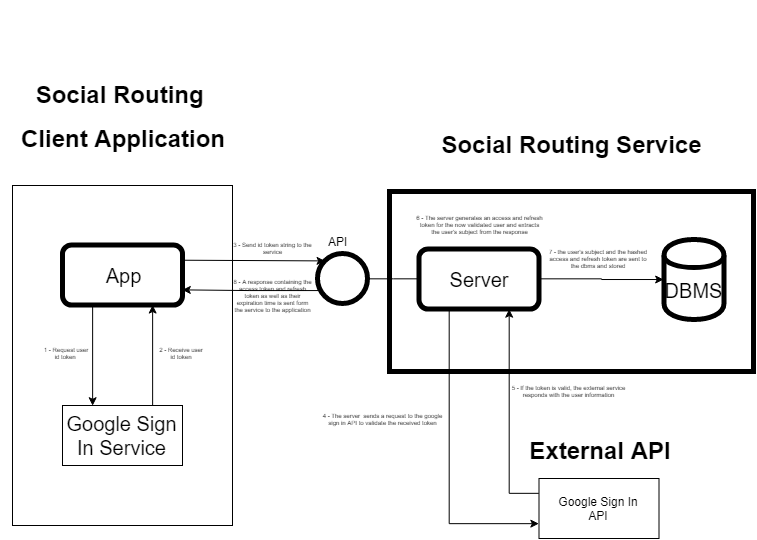
Above: final-report/images/project-structure/authentication-diagram.png in baltasarb/social-routing (draw.io), before the change. Source tidied: cells renumbered, new cells last; positions are measured from the earlier drawing's top-left corner, leaving out a move shared by most shapes.
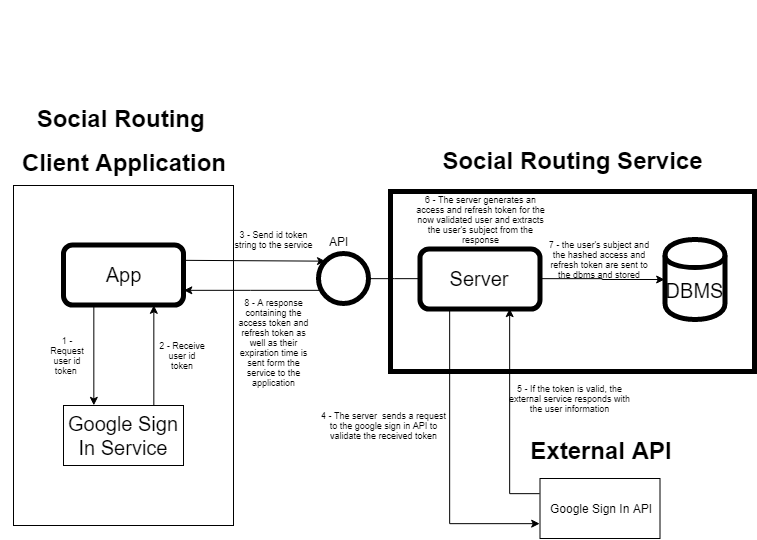
After the commit.

Diff of the diagram source:
```diff
@@ -20,11 +20,11 @@
     <mxCell id="7" style="edgeStyle=orthogonalEdgeStyle;rounded=0;jettySize=auto;html=1;endArrow=none;endFill=0;entryX=0;entryY=0.5;entryDx=0;entryDy=0;" parent="2" edge="1" source="30" target="4">
       <mxGeometry relative="1" as="geometry" />
     </mxCell>
-    <mxCell id="8" value="7 - the user's subject and the hashed access and refresh token are sent to the dbms and stored" style="text;html=1;strokeColor=none;fillColor=none;align=center;verticalAlign=middle;whiteSpace=wrap;rounded=0;fontSize=4;" parent="2" vertex="1">
-      <mxGeometry x="155" y="65" width="108" height="19" as="geometry" />
+    <mxCell id="8" value="7 - the user's subject and the hashed access and refresh token are sent to the dbms and stored" style="text;html=1;strokeColor=none;fillColor=none;align=center;verticalAlign=middle;whiteSpace=wrap;rounded=0;fontSize=9;" parent="2" vertex="1">
+      <mxGeometry x="155" y="58.5" width="108" height="19" as="geometry" />
     </mxCell>
-    <mxCell id="9" value="6 - The server generates an access and refresh token for the now validated user and extracts the user's subject from the response" style="text;html=1;strokeColor=none;fillColor=none;align=center;verticalAlign=middle;whiteSpace=wrap;rounded=0;fontSize=4;" parent="2" vertex="1">
-      <mxGeometry x="25" y="28" width="130" height="25" as="geometry" />
+    <mxCell id="9" value="6 - The server generates an access and refresh token for the now validated user and extracts the user's subject from the response" style="text;html=1;strokeColor=none;fillColor=none;align=center;verticalAlign=middle;whiteSpace=wrap;rounded=0;fontSize=9;" parent="2" vertex="1">
+      <mxGeometry x="25" y="15.5" width="130" height="25" as="geometry" />
     </mxCell>
     <mxCell id="10" style="group;" parent="1" vertex="1">
       <mxGeometry x="-0.5" width="245" height="430.5" as="geometry" />
@@ -36,12 +36,12 @@
       <mxGeometry x="62.5" y="244.5" width="120" height="60" as="geometry" />
     </mxCell>
     <mxCell id="13" value="&lt;h1&gt;&lt;font style=&quot;font-size: 24px&quot;&gt;Social Routing&amp;nbsp;&lt;/font&gt;&lt;/h1&gt;&lt;h1&gt;&lt;font style=&quot;font-size: 24px&quot;&gt;Client Application&lt;/font&gt;&lt;/h1&gt;" style="text;html=1;strokeColor=none;fillColor=none;spacing=5;spacingTop=-20;whiteSpace=wrap;overflow=hidden;rounded=0;align=center;" parent="10" vertex="1">
-      <mxGeometry y="74.5" width="245" height="120" as="geometry" />
+      <mxGeometry y="99" width="245" height="120" as="geometry" />
     </mxCell>
-    <mxCell id="14" value="1 - Request user id token&amp;nbsp;" style="text;html=1;strokeColor=none;fillColor=none;align=center;verticalAlign=middle;whiteSpace=wrap;rounded=0;fontSize=4;" parent="10" vertex="1">
+    <mxCell id="14" value="1 - Request user id token&amp;nbsp;" style="text;html=1;strokeColor=none;fillColor=none;align=center;verticalAlign=middle;whiteSpace=wrap;rounded=0;fontSize=9;" parent="10" vertex="1">
       <mxGeometry x="42.5" y="347.5" width="48" height="15" as="geometry" />
     </mxCell>
-    <mxCell id="15" value="2 - Receive user id token" style="text;html=1;strokeColor=none;fillColor=none;align=center;verticalAlign=middle;whiteSpace=wrap;rounded=0;fontSize=4;" parent="10" vertex="1">
+    <mxCell id="15" value="2 - Receive user id token" style="text;html=1;strokeColor=none;fillColor=none;align=center;verticalAlign=middle;whiteSpace=wrap;rounded=0;fontSize=9;" parent="10" vertex="1">
       <mxGeometry x="157" y="347.5" width="48" height="15" as="geometry" />
     </mxCell>
     <mxCell id="16" style="group;" parent="1" vertex="1">
@@ -60,7 +60,7 @@
       <mxGeometry relative="1" as="geometry" />
     </mxCell>
     <mxCell id="21" value="&lt;h1&gt;Social Routing Service&lt;/h1&gt;" style="text;html=1;strokeColor=none;fillColor=none;spacing=5;spacingTop=-20;whiteSpace=wrap;overflow=hidden;rounded=0;align=center;" parent="1" vertex="1">
-      <mxGeometry x="425" y="125" width="292" height="50" as="geometry" />
+      <mxGeometry x="425" y="141" width="292" height="50" as="geometry" />
     </mxCell>
     <mxCell id="22" value="&lt;font style=&quot;font-size: 20px&quot;&gt;Google Sign In Service&lt;/font&gt;" style="rounded=0;whiteSpace=wrap;html=1;" parent="1" vertex="1">
       <mxGeometry x="62" y="405" width="120" height="60" as="geometry" />
@@ -74,13 +74,13 @@
     <mxCell id="25" style="endArrow=classic;html=1;fontSize=4;exitX=1;exitY=0.25;exitDx=0;exitDy=0;entryX=0;entryY=0;entryDx=0;entryDy=0;" parent="1" edge="1" source="12" target="30">
       <mxGeometry relative="1" as="geometry" />
     </mxCell>
-    <mxCell id="26" value="3 - Send id token string to the service" style="text;html=1;strokeColor=none;fillColor=none;align=center;verticalAlign=middle;whiteSpace=wrap;rounded=0;fontSize=4;" parent="1" vertex="1">
-      <mxGeometry x="232" y="242" width="80" height="15" as="geometry" />
+    <mxCell id="26" value="3 - Send id token string to the service" style="text;html=1;strokeColor=none;fillColor=none;align=center;verticalAlign=middle;whiteSpace=wrap;rounded=0;fontSize=9;" parent="1" vertex="1">
+      <mxGeometry x="232" y="231.5" width="80" height="15" as="geometry" />
     </mxCell>
-    <mxCell id="27" value="4 - The server&amp;nbsp; sends a request to the google sign in API to validate the received token" style="text;html=1;strokeColor=none;fillColor=none;align=center;verticalAlign=middle;whiteSpace=wrap;rounded=0;fontSize=4;" parent="1" vertex="1">
+    <mxCell id="27" value="4 - The server&amp;nbsp; sends a request to the google sign in API to validate the received token" style="text;html=1;strokeColor=none;fillColor=none;align=center;verticalAlign=middle;whiteSpace=wrap;rounded=0;fontSize=9;" parent="1" vertex="1">
       <mxGeometry x="317.5" y="405" width="130" height="40" as="geometry" />
     </mxCell>
-    <mxCell id="28" value="5 - If the token is valid, the external service responds with the user information" style="text;html=1;strokeColor=none;fillColor=none;align=center;verticalAlign=middle;whiteSpace=wrap;rounded=0;fontSize=4;" parent="1" vertex="1">
+    <mxCell id="28" value="5 - If the token is valid, the external service responds with the user information" style="text;html=1;strokeColor=none;fillColor=none;align=center;verticalAlign=middle;whiteSpace=wrap;rounded=0;fontSize=9;" parent="1" vertex="1">
       <mxGeometry x="503.5" y="377.5" width="130" height="40" as="geometry" />
     </mxCell>
     <mxCell id="29" style="edgeStyle=orthogonalEdgeStyle;rounded=0;jettySize=auto;html=1;endArrow=classic;endFill=1;fontSize=4;exitX=0;exitY=1;exitDx=0;exitDy=0;entryX=1;entryY=0.75;entryDx=0;entryDy=0;" parent="1" edge="1" source="30" target="12">
@@ -97,8 +97,8 @@
     <mxCell id="31" value="API" style="text;html=1;align=left;verticalAlign=top;spacingTop=-4;" parent="1" vertex="1">
       <mxGeometry x="325.8" y="231.5" width="30" height="10" as="geometry" />
     </mxCell>
-    <mxCell id="32" value="8 - A response containing the access token and refresh token as well as their expiration time is sent form the service to the application" style="text;html=1;strokeColor=none;fillColor=none;align=center;verticalAlign=middle;whiteSpace=wrap;rounded=0;fontSize=4;" parent="1" vertex="1">
-      <mxGeometry x="232" y="287.5" width="80" height="42" as="geometry" />
+    <mxCell id="32" value="8 - A response containing the access token and refresh token as well as their expiration time is sent form the service to the application" style="text;html=1;strokeColor=none;fillColor=none;align=center;verticalAlign=middle;whiteSpace=wrap;rounded=0;fontSize=9;" parent="1" vertex="1">
+      <mxGeometry x="232" y="320.5" width="80" height="42" as="geometry" />
     </mxCell>
   </root>
 </mxGraphModel>
```
